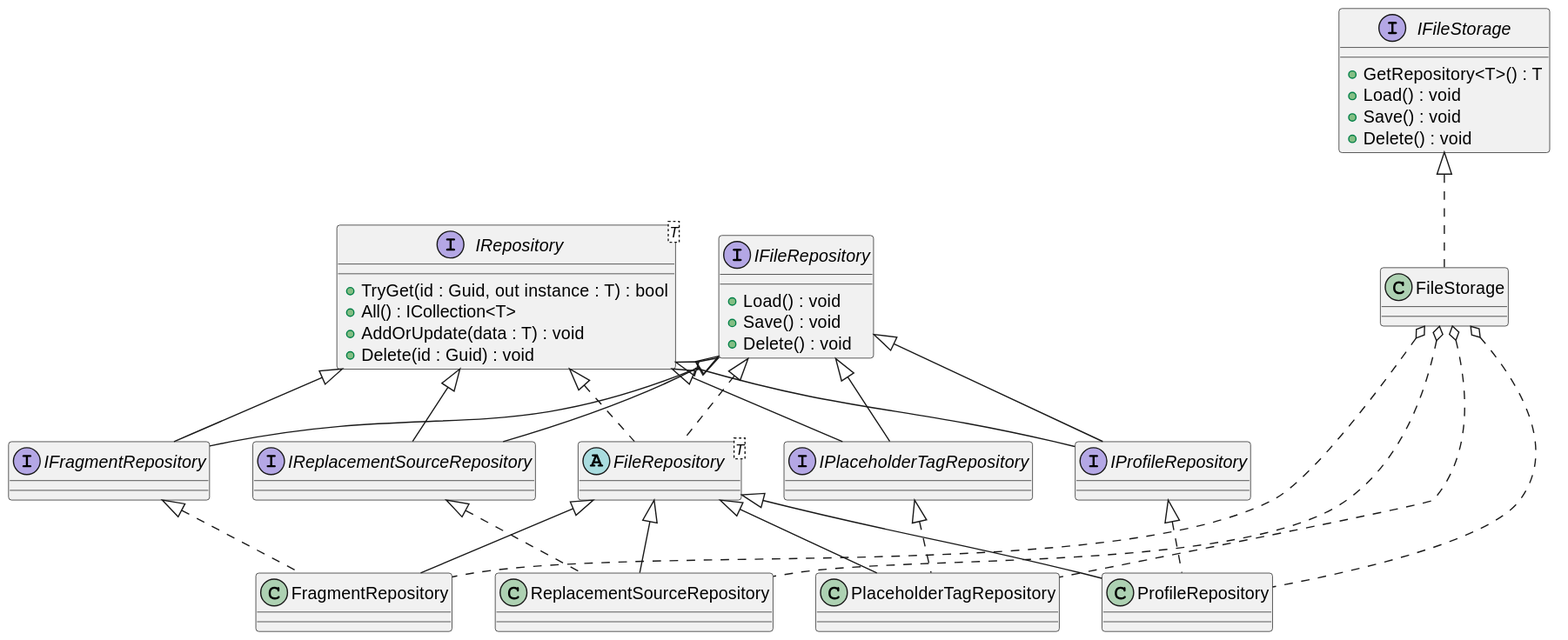
Before: docs/architecture/resources/images/storage_repository_class_diagram.svg, a diagram exported from PlantUML (skr444/tebloman). Its diagram source:
```plantuml
@startuml
interface IFileStorage {
    + GetRepository<T>() : T
    + Load() : void
    + Save() : void
    + Delete() : void
}

interface IFileRepository {
    + Load() : void
    + Save() : void
    + Delete() : void
}

interface IRepository<T> {
    + TryGet(id : Guid, out instance : T) : bool
    + All() : ICollection<T>
    + AddOrUpdate(data : T) : void
    + Delete(id : Guid) : void
}

interface IProfileRepository
interface IFragmentRepository
interface IPlaceholderTagRepository
interface IReplacementSourceRepository

abstract class FileRepository<T>
class FileStorage
class ProfileRepository
class FragmentRepository
class PlaceholderTagRepository
class ReplacementSourceRepository

IRepository <|-- IProfileRepository
IRepository <|-- IFragmentRepository
IRepository <|-- IPlaceholderTagRepository
IRepository <|-- IReplacementSourceRepository

IFileRepository <|-- IProfileRepository
IFileRepository <|-- IFragmentRepository
IFileRepository <|-- IPlaceholderTagRepository
IFileRepository <|-- IReplacementSourceRepository

IFileStorage <|.. FileStorage
IFileRepository <|.. FileRepository
IRepository <|.. FileRepository

FileRepository <|-- ProfileRepository
FileRepository <|-- FragmentRepository
FileRepository <|-- PlaceholderTagRepository
FileRepository <|-- ReplacementSourceRepository

IProfileRepository <|.. ProfileRepository
IFragmentRepository <|.. FragmentRepository
IPlaceholderTagRepository <|.. PlaceholderTagRepository
IReplacementSourceRepository <|.. ReplacementSourceRepository

FileStorage o... ProfileRepository
FileStorage o... FragmentRepository
FileStorage o... PlaceholderTagRepository
FileStorage o... ReplacementSourceRepository
@enduml
```
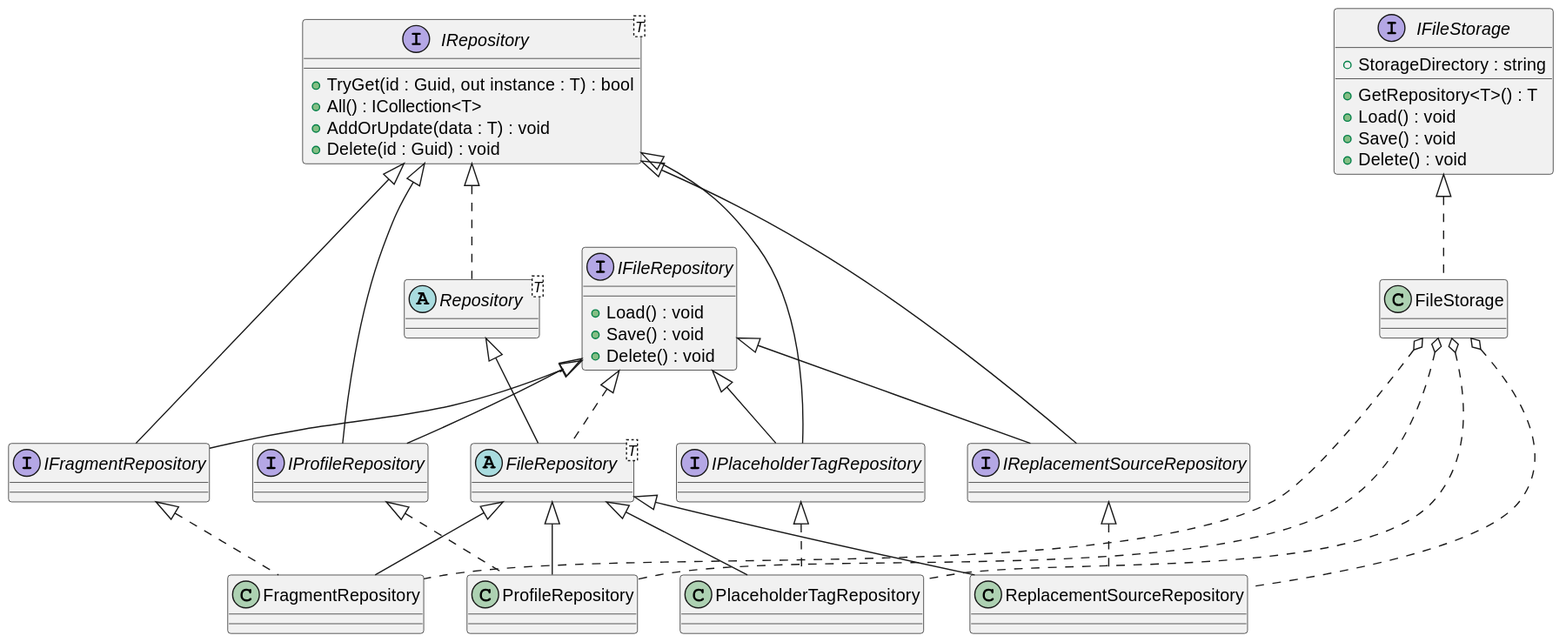
After the change.

Commit message:
docs: updated architecture document

Diff of the diagram source:
```diff
@@ -1,5 +1,6 @@
 @startuml
 interface IFileStorage {
+    + StorageDirectory : string
     + GetRepository<T>() : T
     + Load() : void
     + Save() : void
@@ -24,6 +25,7 @@
 interface IPlaceholderTagRepository
 interface IReplacementSourceRepository
 
+abstract class Repository<T>
 abstract class FileRepository<T>
 class FileStorage
 class ProfileRepository
@@ -43,7 +45,8 @@
 
 IFileStorage <|.. FileStorage
 IFileRepository <|.. FileRepository
-IRepository <|.. FileRepository
+IRepository <|.. Repository
+Repository <|-- FileRepository
 
 FileRepository <|-- ProfileRepository
 FileRepository <|-- FragmentRepository
```
